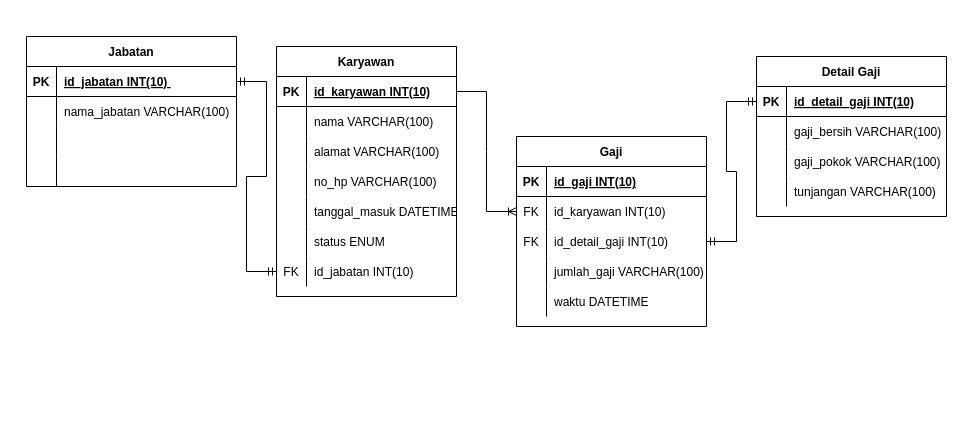
Above: pertemuan7./Karyawan.drawio in salmanfazz/IF214002 (draw.io), before the change. Source tidied: cells renumbered, new cells numbered last; positions are measured from the earlier drawing's top-left corner, leaving out a move shared by most shapes. Both pictures are drawn from the tidied source at 100%, with x=0, y=0 at pixel (26, 36).
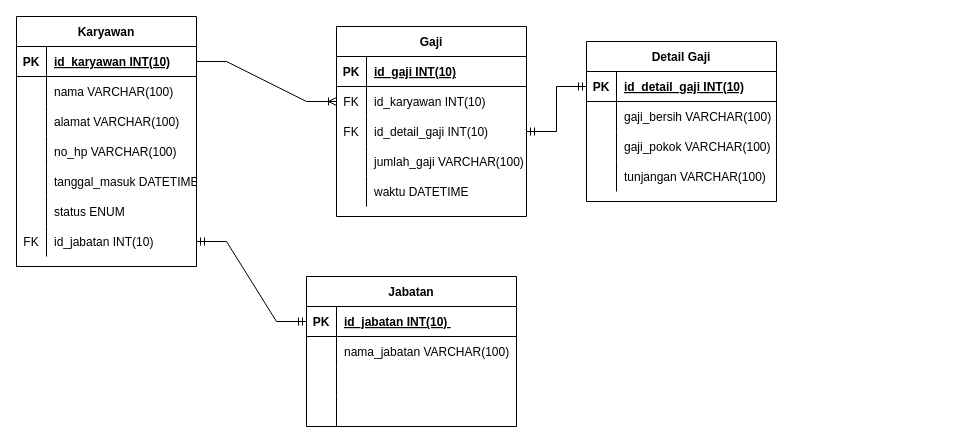
After the change.

The change refers to these unchanged cells:
```xml
<mxCell id="21" style="shape=tableRow;horizontal=0;startSize=0;swimlaneHead=0;swimlaneBody=0;fillColor=none;points=[[0,0.5],[1,0.5]];portConstraint=eastwest;top=0;left=0;right=0;bottom=0;" parent="2" vertex="1">
  <mxGeometry y="210" width="180" height="30" as="geometry" />
</mxCell>
<mxCell id="41" style="shape=tableRow;horizontal=0;startSize=0;swimlaneHead=0;swimlaneBody=0;fillColor=none;points=[[0,0.5],[1,0.5]];portConstraint=eastwest;top=0;left=0;right=0;bottom=1;" parent="40" vertex="1">
  <mxGeometry y="30" width="210" height="30" as="geometry" />
</mxCell>
```

Change to the diagram source:
```diff
@@
     <mxCell id="2" value="Karyawan" style="shape=table;startSize=30;childLayout=tableLayout;rowLines=0;fontStyle=1;align=center;" parent="1" vertex="1">
-      <mxGeometry x="250" y="10" width="180" height="250" as="geometry" />
+      <mxGeometry x="-10" y="-20" width="180" height="250" as="geometry" />
     </mxCell>
@@
     <mxCell id="24" value="Gaji" style="shape=table;startSize=30;childLayout=tableLayout;rowLines=0;fontStyle=1;align=center;" parent="1" vertex="1">
-      <mxGeometry x="490" y="100" width="190" height="190" as="geometry" />
+      <mxGeometry x="310" y="-10" width="190" height="190" as="geometry" />
     </mxCell>
@@
     <mxCell id="40" value="Jabatan" style="shape=table;startSize=30;childLayout=tableLayout;rowLines=0;fontStyle=1;align=center;" parent="1" vertex="1">
-      <mxGeometry width="210" height="150" as="geometry" />
+      <mxGeometry x="280" y="240" width="210" height="150" as="geometry" />
     </mxCell>
@@
-    <mxCell id="53" style="edgeStyle=entityRelationEdgeStyle;fontSize=12;html=1;endArrow=ERmandOne;startArrow=ERmandOne;rounded=0;entryX=0;entryY=0.5;entryDx=0;entryDy=0;exitX=1;exitY=0.5;exitDx=0;exitDy=0;" parent="1" edge="1" source="41" target="21">
+    <mxCell id="53" style="edgeStyle=entityRelationEdgeStyle;fontSize=12;html=1;endArrow=ERmandOne;startArrow=ERmandOne;rounded=0;entryX=1;entryY=0.5;entryDx=0;entryDy=0;exitX=0;exitY=0.5;exitDx=0;exitDy=0;" parent="1" edge="1" source="41" target="21">
       <mxGeometry relative="1" as="geometry" />
     </mxCell>
     <mxCell id="54" value="Detail Gaji" style="shape=table;startSize=30;childLayout=tableLayout;rowLines=0;fontStyle=1;align=center;" parent="1" vertex="1">
-      <mxGeometry x="730" y="20" width="190" height="160" as="geometry" />
+      <mxGeometry x="560" y="5" width="190" height="160" as="geometry" />
     </mxCell>
```
